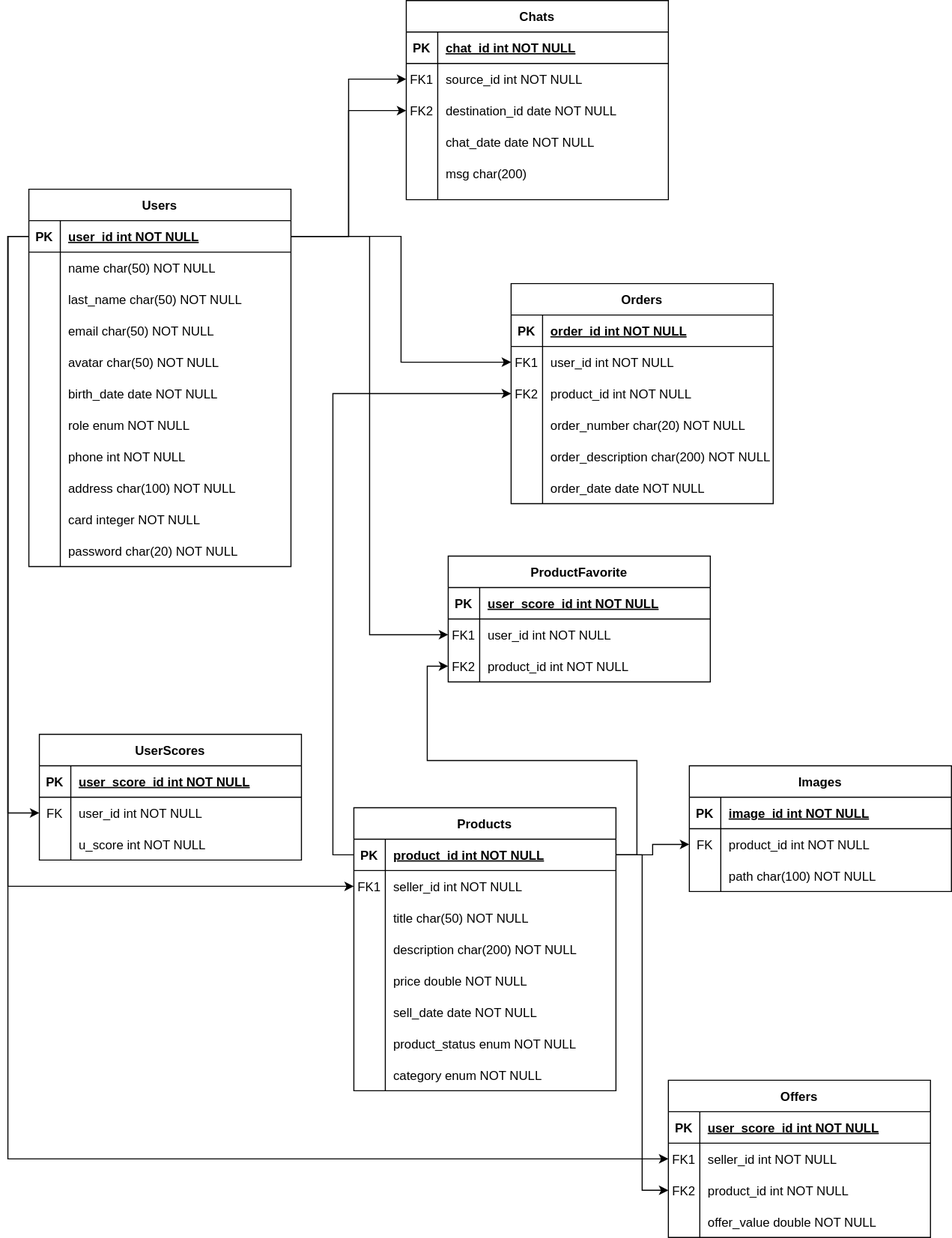
adrianoosses/final-back keeps this draw.io diagram as images/diagram10.svg. Above is the earlier version. Source tidied: cells renumbered, new cells last; positions are measured from the earlier drawing's top-left corner, leaving out a move shared by most shapes.
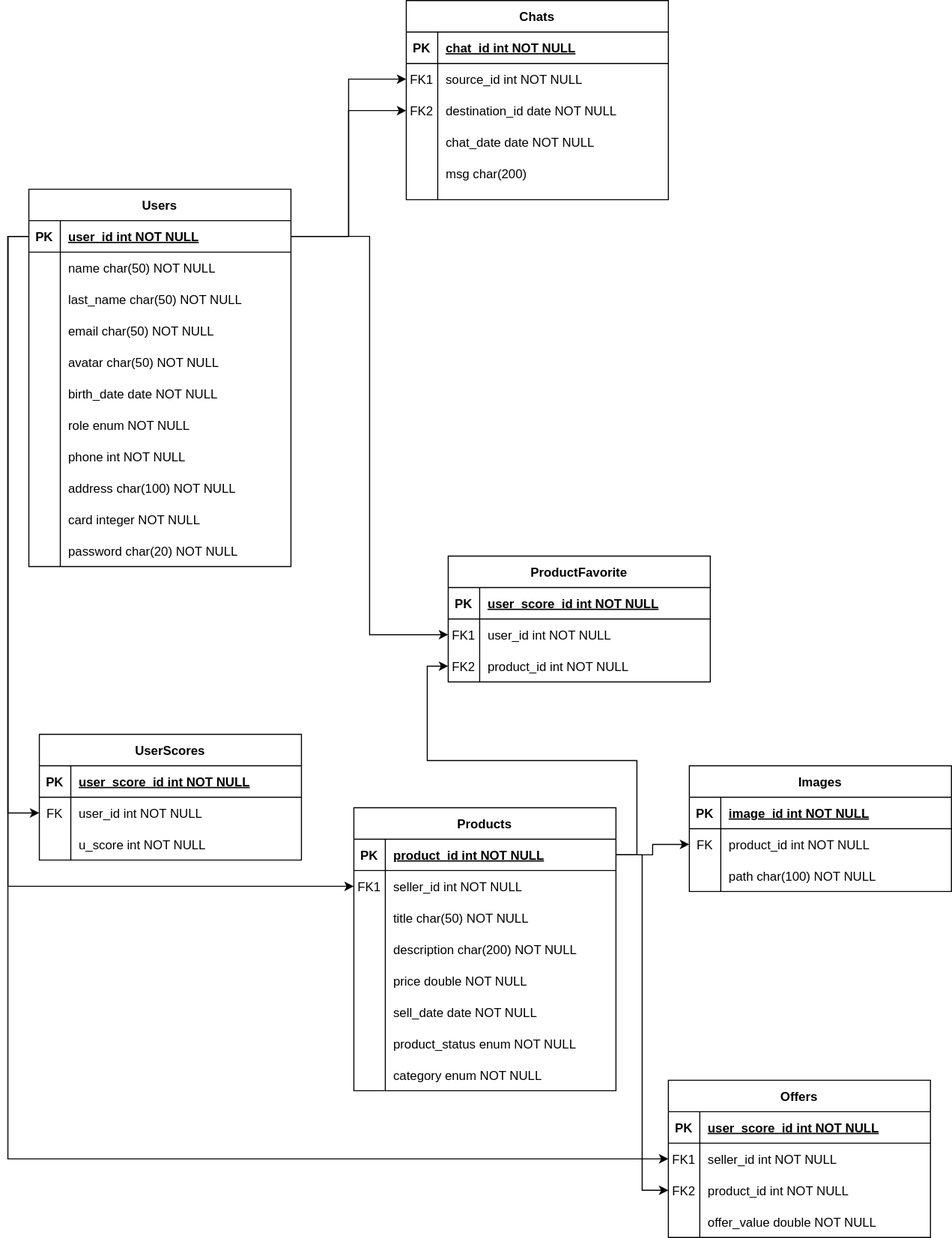
After the change.

Change to the diagram source:
```diff
@@ -152,63 +152,6 @@
     <mxCell id="51" value="password char(20) NOT NULL" style="shape=partialRectangle;overflow=hidden;fillColor=none;top=0;left=0;bottom=0;right=0;align=left;spacingLeft=6;" parent="49" vertex="1">
       <mxGeometry x="30" width="220" height="30" as="geometry" />
     </mxCell>
-    <mxCell id="52" value="Orders" style="shape=table;startSize=30;rowLines=0;fontStyle=1;align=center;" parent="1" vertex="1">
-      <mxGeometry x="460" y="270" width="250" height="210" as="geometry" />
-    </mxCell>
-    <mxCell id="53" style="shape=partialRectangle;fillColor=none;top=0;left=0;right=0;bottom=1;" parent="52" vertex="1">
-      <mxGeometry y="30" width="250" height="30" as="geometry" />
-    </mxCell>
-    <mxCell id="54" value="PK" style="shape=partialRectangle;overflow=hidden;fillColor=none;top=0;left=0;bottom=0;right=0;fontStyle=1;" parent="53" vertex="1">
-      <mxGeometry width="30" height="30" as="geometry" />
-    </mxCell>
-    <mxCell id="55" value="order_id int NOT NULL " style="shape=partialRectangle;overflow=hidden;fillColor=none;top=0;left=0;bottom=0;right=0;align=left;spacingLeft=6;fontStyle=5;" parent="53" vertex="1">
-      <mxGeometry x="30" width="220" height="30" as="geometry" />
-    </mxCell>
-    <mxCell id="56" style="shape=partialRectangle;fillColor=none;points=[[0,0.5],[1,0.5]];portConstraint=eastwest;top=0;left=0;right=0;bottom=0;" parent="52" vertex="1">
-      <mxGeometry y="60" width="250" height="30" as="geometry" />
-    </mxCell>
-    <mxCell id="57" value="FK1" style="shape=partialRectangle;overflow=hidden;fillColor=none;top=0;left=0;bottom=0;right=0;" parent="56" vertex="1">
-      <mxGeometry width="30" height="30" as="geometry" />
-    </mxCell>
-    <mxCell id="58" value="user_id int NOT NULL" style="shape=partialRectangle;overflow=hidden;fillColor=none;top=0;left=0;bottom=0;right=0;align=left;spacingLeft=6;" parent="56" vertex="1">
-      <mxGeometry x="30" width="220" height="30" as="geometry" />
-    </mxCell>
-    <mxCell id="59" style="shape=partialRectangle;fillColor=none;points=[[0,0.5],[1,0.5]];portConstraint=eastwest;top=0;left=0;right=0;bottom=0;" parent="52" vertex="1">
-      <mxGeometry y="90" width="250" height="30" as="geometry" />
-    </mxCell>
-    <mxCell id="60" value="FK2" style="shape=partialRectangle;overflow=hidden;fillColor=none;top=0;left=0;bottom=0;right=0;" parent="59" vertex="1">
-      <mxGeometry width="30" height="30" as="geometry" />
-    </mxCell>
-    <mxCell id="61" value="product_id int NOT NULL" style="shape=partialRectangle;overflow=hidden;fillColor=none;top=0;left=0;bottom=0;right=0;align=left;spacingLeft=6;" parent="59" vertex="1">
-      <mxGeometry x="30" width="220" height="30" as="geometry" />
-    </mxCell>
-    <mxCell id="62" style="shape=partialRectangle;fillColor=none;top=0;left=0;right=0;bottom=0;" parent="52" vertex="1">
-      <mxGeometry y="120" width="250" height="30" as="geometry" />
-    </mxCell>
-    <mxCell id="63" style="shape=partialRectangle;overflow=hidden;fillColor=none;top=0;left=0;bottom=0;right=0;" parent="62" vertex="1">
-      <mxGeometry width="30" height="30" as="geometry" />
-    </mxCell>
-    <mxCell id="64" value="order_number char(20) NOT NULL" style="shape=partialRectangle;overflow=hidden;fillColor=none;top=0;left=0;bottom=0;right=0;align=left;spacingLeft=6;" parent="62" vertex="1">
-      <mxGeometry x="30" width="220" height="30" as="geometry" />
-    </mxCell>
-    <mxCell id="65" style="shape=partialRectangle;fillColor=none;top=0;left=0;right=0;bottom=0;" parent="52" vertex="1">
-      <mxGeometry y="150" width="250" height="30" as="geometry" />
-    </mxCell>
-    <mxCell id="66" style="shape=partialRectangle;overflow=hidden;fillColor=none;top=0;left=0;bottom=0;right=0;" parent="65" vertex="1">
-      <mxGeometry width="30" height="30" as="geometry" />
-    </mxCell>
-    <mxCell id="67" value="order_description char(200) NOT NULL" style="shape=partialRectangle;overflow=hidden;fillColor=none;top=0;left=0;bottom=0;right=0;align=left;spacingLeft=6;" parent="65" vertex="1">
-      <mxGeometry x="30" width="220" height="30" as="geometry" />
-    </mxCell>
-    <mxCell id="68" style="shape=partialRectangle;fillColor=none;top=0;left=0;right=0;bottom=0;" parent="52" vertex="1">
-      <mxGeometry y="180" width="250" height="30" as="geometry" />
-    </mxCell>
-    <mxCell id="69" style="shape=partialRectangle;overflow=hidden;fillColor=none;top=0;left=0;bottom=0;right=0;" parent="68" vertex="1">
-      <mxGeometry width="30" height="30" as="geometry" />
-    </mxCell>
-    <mxCell id="70" value="order_date date NOT NULL" style="shape=partialRectangle;overflow=hidden;fillColor=none;top=0;left=0;bottom=0;right=0;align=left;spacingLeft=6;" parent="68" vertex="1">
-      <mxGeometry x="30" width="220" height="30" as="geometry" />
-    </mxCell>
     <mxCell id="71" value="Products" style="shape=table;startSize=30;rowLines=0;fontStyle=1;align=center;" parent="1" vertex="1">
       <mxGeometry x="310" y="770" width="250" height="270" as="geometry" />
     </mxCell>
@@ -326,12 +269,6 @@
     <mxCell id="109" style="edgeStyle=orthogonalEdgeStyle;rounded=0;jettySize=auto;html=1;exitX=0;exitY=0.5;exitDx=0;exitDy=0;entryX=0;entryY=0.5;entryDx=0;entryDy=0;" parent="1" edge="1" source="19" target="75">
       <mxGeometry relative="1" as="geometry" />
     </mxCell>
-    <mxCell id="110" style="edgeStyle=orthogonalEdgeStyle;rounded=0;jettySize=auto;html=1;exitX=1;exitY=0.5;exitDx=0;exitDy=0;entryX=0;entryY=0.5;entryDx=0;entryDy=0;" parent="1" edge="1" source="19" target="56">
-      <mxGeometry relative="1" as="geometry" />
-    </mxCell>
-    <mxCell id="111" style="edgeStyle=orthogonalEdgeStyle;rounded=0;jettySize=auto;html=1;exitX=0;exitY=0.5;exitDx=0;exitDy=0;entryX=0;entryY=0.5;entryDx=0;entryDy=0;" parent="1" edge="1" source="72" target="59">
-      <mxGeometry relative="1" as="geometry" />
-    </mxCell>
     <mxCell id="112" value="UserScores" style="shape=table;startSize=30;rowLines=0;fontStyle=1;align=center;" parent="1" vertex="1">
       <mxGeometry x="10" y="700" width="250" height="120" as="geometry" />
     </mxCell>
```
